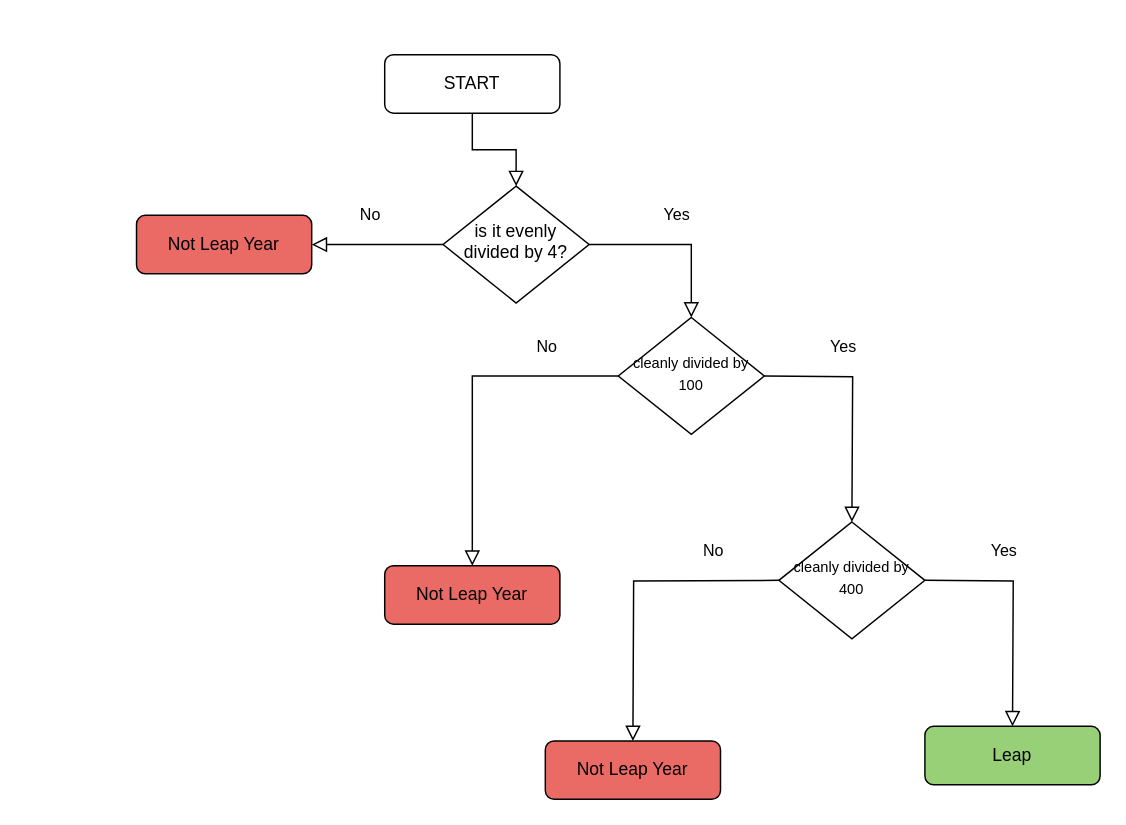
The draw.io diagram Untitled Diagram.drawio in NeoTime/B2W, before the edit. Source tidied: cells renumbered, new cells numbered last; positions are measured from the earlier drawing's top-left corner, leaving out a move shared by most shapes. Both pictures are drawn from the tidied source at 146%, with x=0, y=0 at pixel (136, 54).
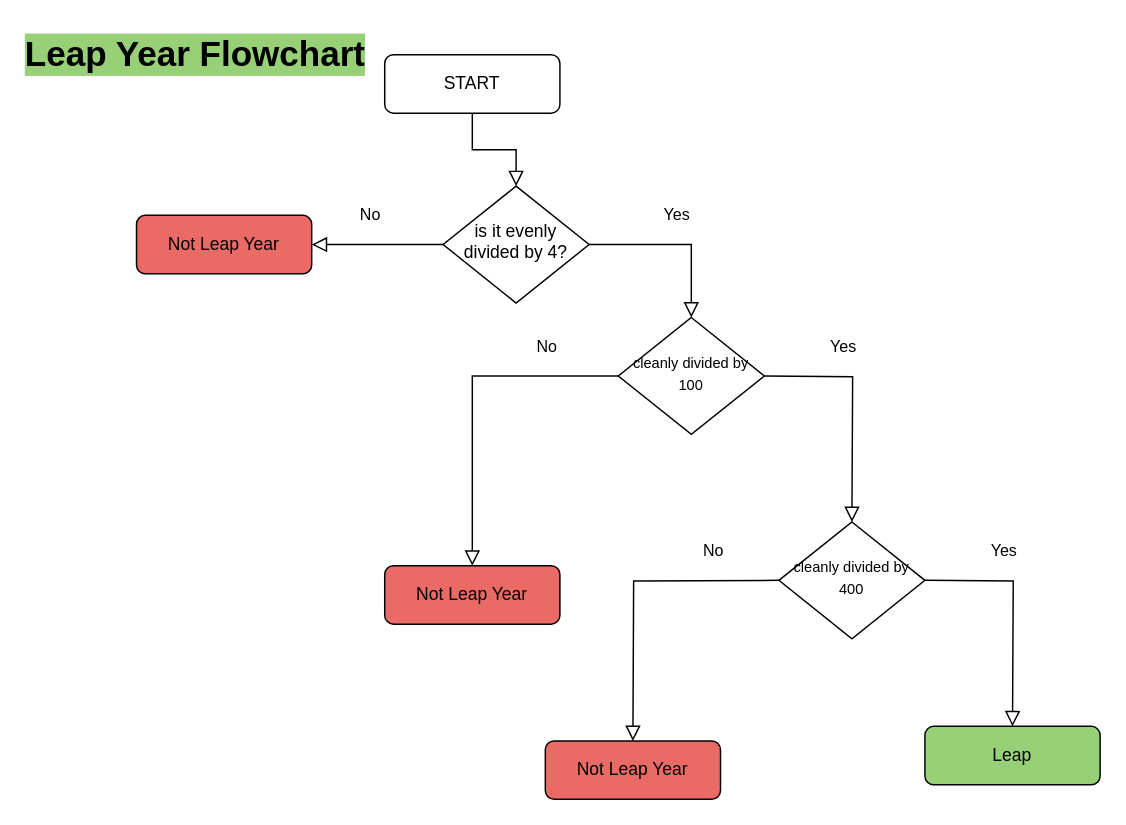
After the change.

Change to the diagram source:
```diff
@@
+    <mxCell id="17" value="Leap Year Flowchart" style="text;strokeColor=none;fillColor=none;html=1;fontSize=24;fontStyle=1;verticalAlign=middle;align=center;labelBackgroundColor=#97D077;" parent="1" vertex="1">
+      <mxGeometry x="-10" y="-20" width="100" height="40" as="geometry" />
+    </mxCell>
```
